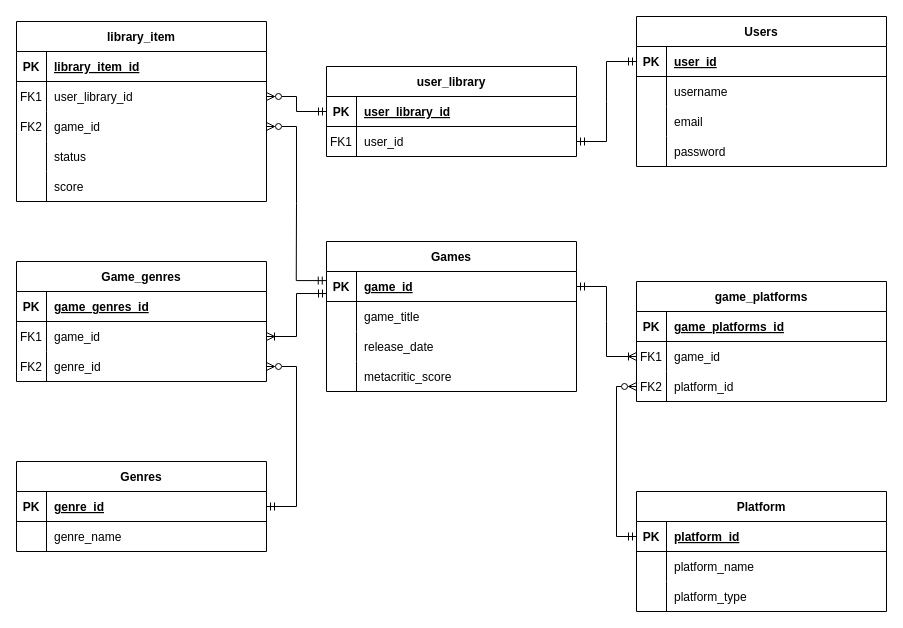
The draw.io diagram docs/Game Library Tracker ERD.drawio in RAbeyrathna/T2A2-Game-Library-API, before the edit. Source tidied: cells renumbered, new cells numbered last; positions are measured from the earlier drawing's top-left corner, leaving out a move shared by most shapes. Both pictures are drawn from the tidied source at 100%, with x=0, y=0 at pixel (16, 16).
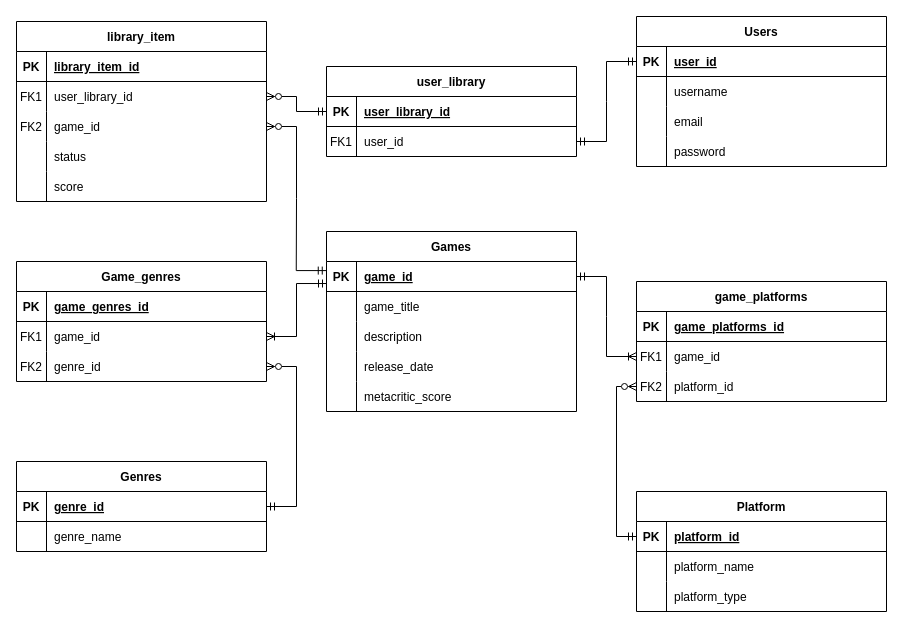
After the change.

Commit message (it also covers changes not shown here):
Update ERD with description field in 'Games' table

What changed in the source:
```diff
@@
     <mxCell id="31" value="Games" style="shape=table;startSize=30;childLayout=tableLayout;rowLines=0;fontStyle=1;align=center;" parent="1" vertex="1">
-      <mxGeometry x="310" y="225" width="250" height="150" as="geometry" />
+      <mxGeometry x="310" y="215" width="250" height="180" as="geometry" />
     </mxCell>
@@
+    <mxCell id="95" style="shape=partialRectangle;fillColor=none;top=0;left=0;right=0;bottom=0;" parent="31" vertex="1">
+      <mxGeometry y="90" width="250" height="30" as="geometry" />
+    </mxCell>
+    <mxCell id="96" style="shape=partialRectangle;overflow=hidden;fillColor=none;top=0;left=0;bottom=0;right=0;" parent="95" vertex="1">
+      <mxGeometry width="30" height="30" as="geometry" />
+    </mxCell>
+    <mxCell id="97" value="description" style="shape=partialRectangle;overflow=hidden;fillColor=none;top=0;left=0;bottom=0;right=0;align=left;spacingLeft=6;" parent="95" vertex="1">
+      <mxGeometry x="30" width="220" height="30" as="geometry" />
+    </mxCell>
     <mxCell id="38" style="shape=partialRectangle;fillColor=none;top=0;left=0;right=0;bottom=0;" parent="31" vertex="1">
-      <mxGeometry y="90" width="250" height="30" as="geometry" />
+      <mxGeometry y="120" width="250" height="30" as="geometry" />
     </mxCell>
@@
     <mxCell id="41" style="shape=partialRectangle;fillColor=none;top=0;left=0;right=0;bottom=0;" parent="31" vertex="1">
-      <mxGeometry y="120" width="250" height="30" as="geometry" />
+      <mxGeometry y="150" width="250" height="30" as="geometry" />
     </mxCell>
```
